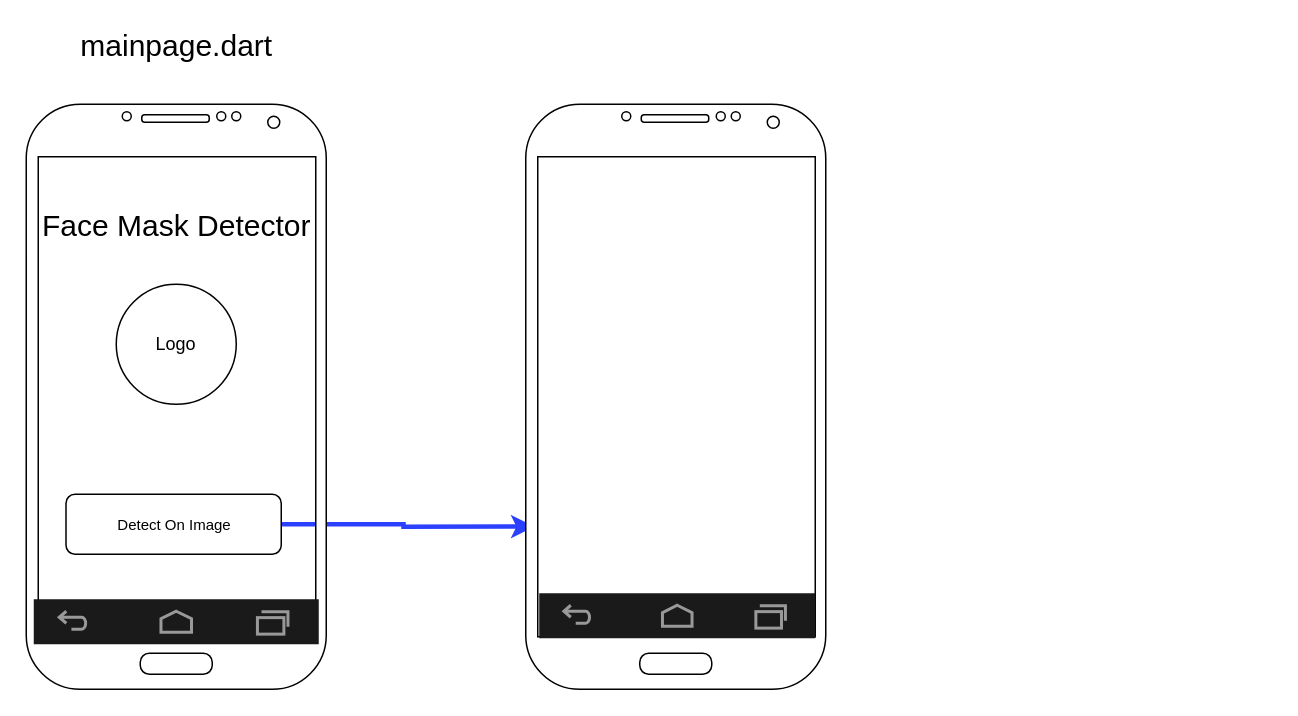
Undem0ns/facemaskdetection keeps this draw.io diagram as facemask.drawio. Above is the earlier version. Source tidied: cells renumbered, new cells numbered last; positions are measured from the earlier drawing's top-left corner, leaving out a move shared by most shapes. Both pictures are drawn from the tidied source at 150%, with x=0, y=0 at pixel (26, 28).
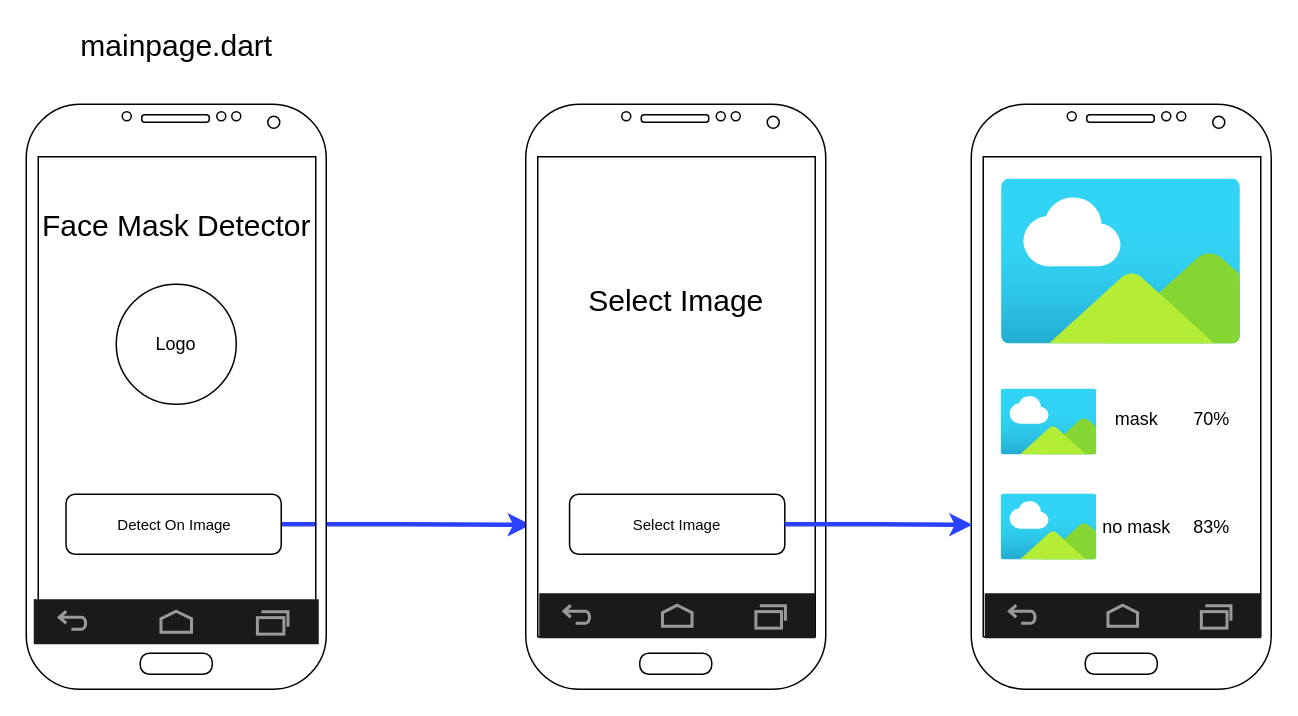
Above is the later version.

The change refers to these unchanged cells:
```xml
<mxCell id="6" value="Detect On Image" style="rounded=1;html=1;shadow=0;dashed=0;whiteSpace=wrap;fontSize=10;align=center;" parent="1" vertex="1">
  <mxGeometry x="26.5" y="310" width="143.5" height="40" as="geometry" />
</mxCell>
<mxCell id="10" style="group;" parent="1" vertex="1">
  <mxGeometry x="333" y="50" width="200" height="390" as="geometry" />
</mxCell>
<mxCell id="11" style="verticalLabelPosition=bottom;verticalAlign=top;html=1;shadow=0;dashed=0;strokeWidth=1;shape=mxgraph.android.phone2;" parent="10" vertex="1">
  <mxGeometry width="200" height="390" as="geometry" />
</mxCell>
```

Diff of the diagram source:
```diff
@@
-    <mxCell id="5" style="edgeStyle=orthogonalEdgeStyle;rounded=0;jettySize=auto;html=1;entryX=0.028;entryY=0.722;entryDx=0;entryDy=0;entryPerimeter=0;strokeColor=#2B41FF;strokeWidth=3;" parent="1" edge="1" source="6" target="11">
+    <mxCell id="5" style="edgeStyle=orthogonalEdgeStyle;rounded=0;jettySize=auto;html=1;entryX=0.017;entryY=0.719;entryDx=0;entryDy=0;entryPerimeter=0;strokeColor=#2B41FF;strokeWidth=3;" parent="1" edge="1" source="6" target="11">
       <mxGeometry relative="1" as="geometry" />
     </mxCell>
@@
+    <mxCell id="13" value="&lt;font style=&quot;font-size: 20px&quot;&gt;Select Image&lt;/font&gt;" style="text;html=1;align=center;verticalAlign=middle;" parent="10" vertex="1">
+      <mxGeometry x="35" y="120" width="130" height="20" as="geometry" />
+    </mxCell>
+    <mxCell id="14" value="Select Image" style="rounded=1;html=1;shadow=0;dashed=0;whiteSpace=wrap;fontSize=10;align=center;" parent="10" vertex="1">
+      <mxGeometry x="29.2" y="260" width="143.5" height="40" as="geometry" />
+    </mxCell>
+    <mxCell id="15" style="group;" parent="1" vertex="1">
+      <mxGeometry x="630" y="50" width="200" height="390" as="geometry" />
+    </mxCell>
+    <mxCell id="16" style="verticalLabelPosition=bottom;verticalAlign=top;html=1;shadow=0;dashed=0;strokeWidth=1;shape=mxgraph.android.phone2;" parent="15" vertex="1">
+      <mxGeometry width="200" height="390" as="geometry" />
+    </mxCell>
+    <mxCell id="17" style="verticalLabelPosition=bottom;verticalAlign=top;html=1;shadow=0;dashed=0;strokeWidth=2;shape=mxgraph.android.navigation_bar_1_landscape;fillColor=#1A1A1A;strokeColor=#999999;" parent="15" vertex="1">
+      <mxGeometry x="9" y="326" width="184" height="30" as="geometry" />
+    </mxCell>
+    <mxCell id="18" style="html=1;align=center;image;fontSize=12;image=img/lib/azure2/general/Image.svg;" parent="15" vertex="1">
+      <mxGeometry x="20" y="50" width="160" height="110" as="geometry" />
+    </mxCell>
+    <mxCell id="19" style="html=1;align=center;image;fontSize=12;image=img/lib/azure2/general/Image.svg;" parent="15" vertex="1">
+      <mxGeometry x="20" y="190" width="64" height="44" as="geometry" />
+    </mxCell>
+    <mxCell id="20" style="html=1;align=center;image;fontSize=12;image=img/lib/azure2/general/Image.svg;" parent="15" vertex="1">
+      <mxGeometry x="20" y="260" width="64" height="44" as="geometry" />
+    </mxCell>
+    <mxCell id="21" value="mask" style="text;html=1;align=center;verticalAlign=middle;" parent="15" vertex="1">
+      <mxGeometry x="90" y="200" width="40" height="20" as="geometry" />
+    </mxCell>
+    <mxCell id="22" value="no mask" style="text;html=1;align=center;verticalAlign=middle;" parent="15" vertex="1">
+      <mxGeometry x="80" y="272" width="60" height="20" as="geometry" />
+    </mxCell>
+    <mxCell id="23" value="70%" style="text;html=1;align=center;verticalAlign=middle;" parent="15" vertex="1">
+      <mxGeometry x="140" y="200" width="40" height="20" as="geometry" />
+    </mxCell>
+    <mxCell id="24" value="83%" style="text;html=1;align=center;verticalAlign=middle;" parent="15" vertex="1">
+      <mxGeometry x="140" y="272" width="40" height="20" as="geometry" />
+    </mxCell>
+    <mxCell id="25" style="edgeStyle=orthogonalEdgeStyle;rounded=0;jettySize=auto;html=1;entryX=0.004;entryY=0.719;entryDx=0;entryDy=0;entryPerimeter=0;strokeColor=#2B41FF;strokeWidth=3;" parent="1" edge="1" source="14" target="16">
+      <mxGeometry relative="1" as="geometry" />
+    </mxCell>
```
